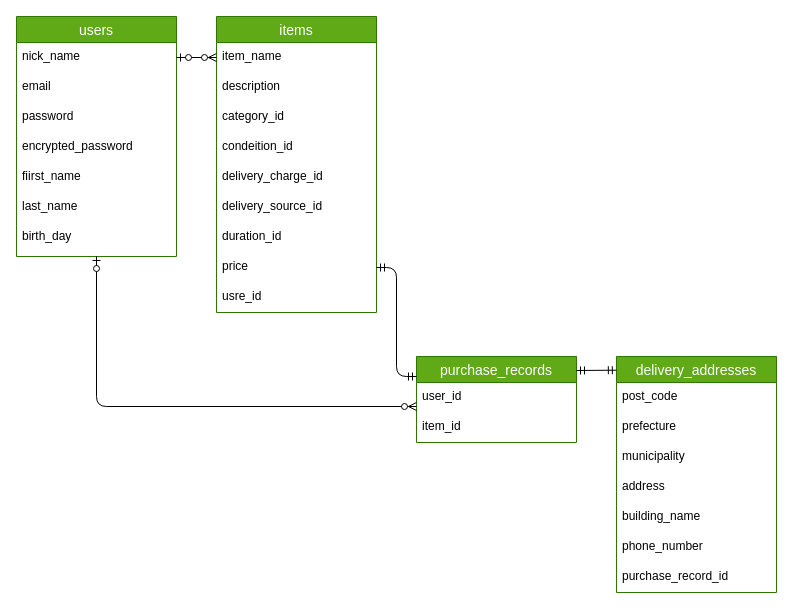
This is er.dio from nameko710/furima-38718, a draw.io file, before an edit. Source tidied: cells renumbered, new cells numbered last; positions are measured from the earlier drawing's top-left corner, leaving out a move shared by most shapes. Both pictures are drawn from the tidied source at 100%, with x=0, y=0 at pixel (16, 16).
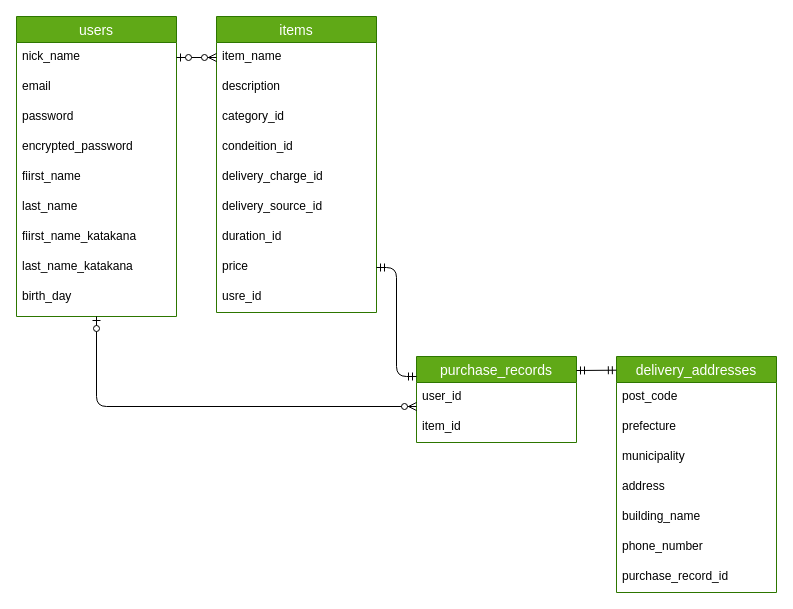
The same diagram, later.

Commit message (it also covers changes not shown here):
姓(カナ)/名(カナ)のカラムを追加

Diff of the diagram source:
```diff
@@
     <mxCell id="2" value="users" style="swimlane;fontStyle=0;horizontal=1;startSize=26;align=center;fontSize=14;fillColor=#60a917;fontColor=#ffffff;strokeColor=#2D7600;" parent="1" vertex="1">
-      <mxGeometry width="160" height="240" as="geometry" />
+      <mxGeometry width="160" height="300" as="geometry" />
     </mxCell>
@@
+    <mxCell id="35" value="fiirst_name_katakana" style="text;strokeColor=none;fillColor=none;spacingLeft=4;spacingRight=4;overflow=hidden;fontSize=12;" parent="2" vertex="1">
+      <mxGeometry y="206" width="160" height="30" as="geometry" />
+    </mxCell>
+    <mxCell id="36" value="last_name_katakana" style="text;strokeColor=none;fillColor=none;spacingLeft=4;spacingRight=4;overflow=hidden;fontSize=12;" parent="2" vertex="1">
+      <mxGeometry y="236" width="160" height="30" as="geometry" />
+    </mxCell>
     <mxCell id="9" value="birth_day" style="text;strokeColor=none;fillColor=none;spacingLeft=4;spacingRight=4;overflow=hidden;points=[[0,0.5],[1,0.5]];portConstraint=eastwest;fontSize=12;" parent="2" vertex="1">
-      <mxGeometry y="206" width="160" height="34" as="geometry" />
+      <mxGeometry y="266" width="160" height="34" as="geometry" />
     </mxCell>
```
